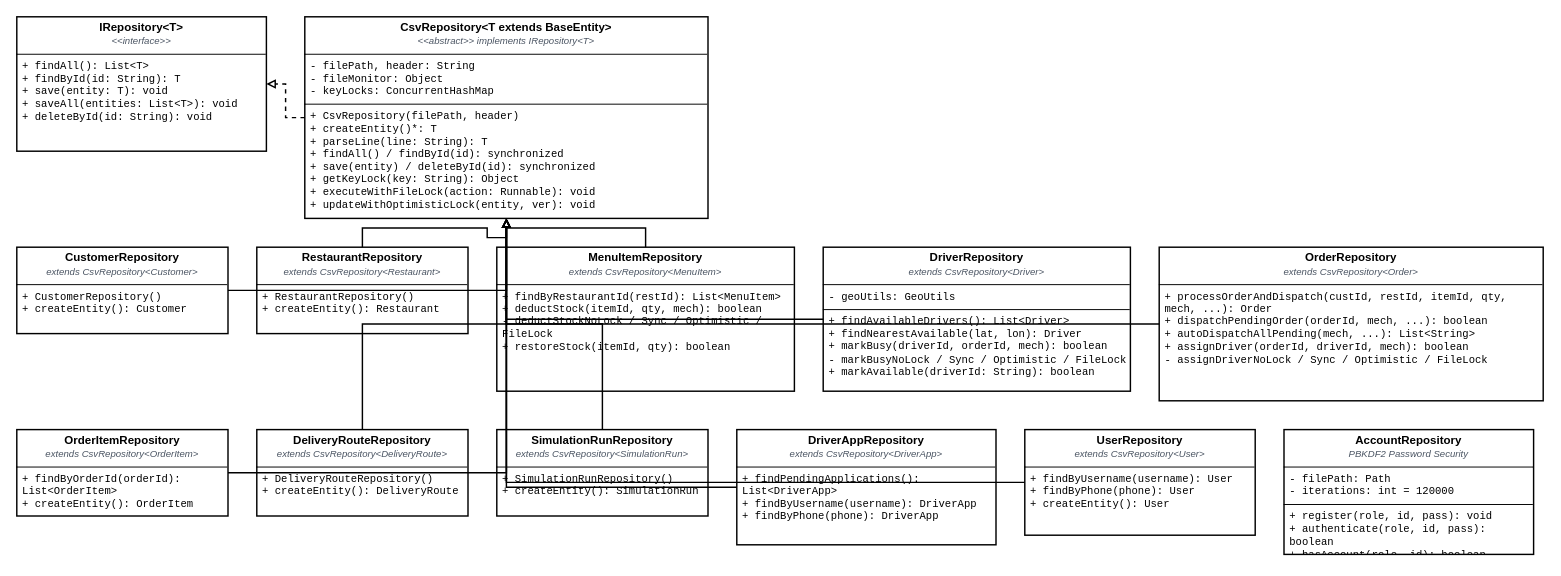
Before: ClassDiagram/diagrams/2_Repository_Layer.drawio in trat21430-spec/Food-Delivery, a draw.io diagram. Source tidied: cells renumbered, new cells numbered last; positions are measured from the earlier drawing's top-left corner, leaving out a move shared by most shapes. Both pictures are drawn from the tidied source at 96%, with x=0, y=0 at pixel (16, 16).
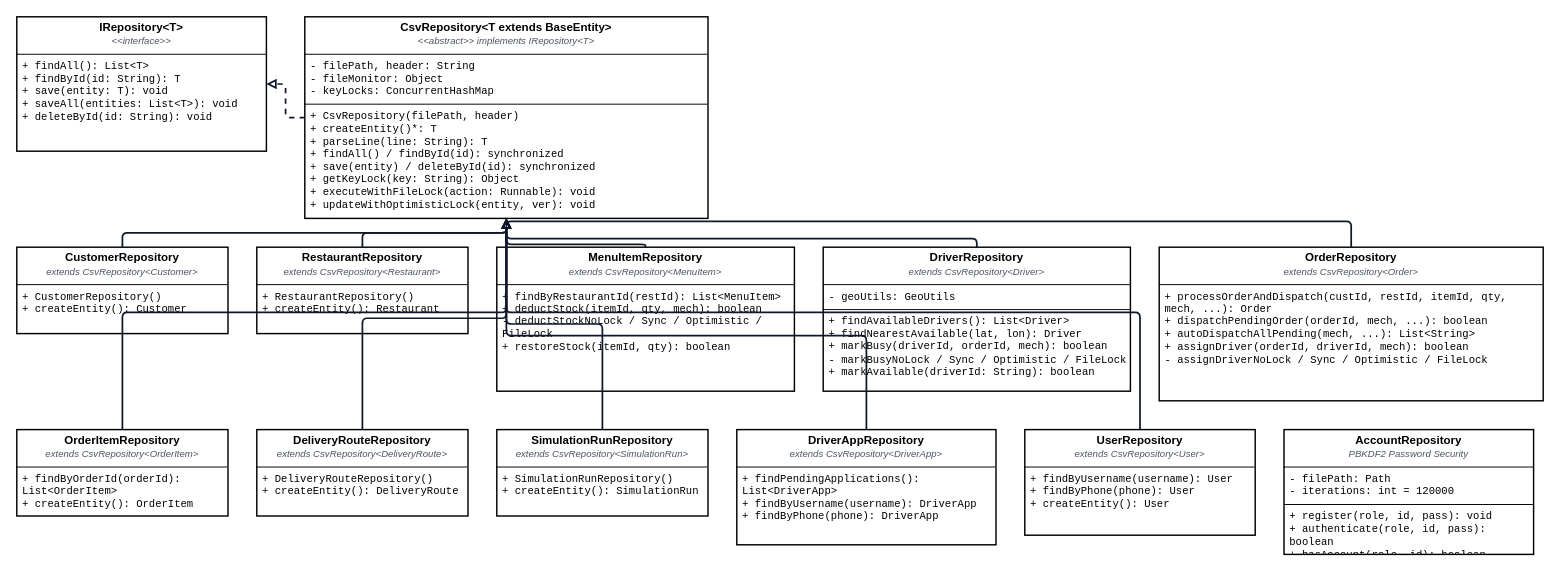
After the change.

The change refers to these unchanged cells:
```xml
<mxCell id="2" value="&lt;p style=&quot;margin:0px;padding-top:4px;text-align:center;&quot;&gt;&lt;b&gt;IRepository&amp;lt;T&amp;gt;&lt;/b&gt;&lt;br&gt;&lt;i style=&quot;font-size:10px;color:#4b5563;&quot;&gt;&amp;lt;&amp;lt;interface&amp;gt;&amp;gt;&lt;/i&gt;&lt;/p&gt;&lt;hr size=&quot;1&quot; style=&quot;border-color:#000000;&quot;&gt;&lt;p style=&quot;margin:0px;padding-left:6px;font-family:Courier New;font-size:11px;&quot;&gt;+ findAll(): List&amp;lt;T&amp;gt;&lt;br&gt;+ findById(id: String): T&lt;br&gt;+ save(entity: T): void&lt;br&gt;+ saveAll(entities: List&amp;lt;T&amp;gt;): void&lt;br&gt;+ deleteById(id: String): void&lt;br&gt;&lt;/p&gt;" style="verticalAlign=top;align=left;overflow=fill;fontSize=12;fontFamily=Helvetica;html=1;whiteSpace=wrap;fillColor=#ffffff;strokeColor=#000000;fontColor=#000000;strokeWidth=1.5;" parent="1" vertex="1">
  <mxGeometry width="260" height="140" as="geometry" />
</mxCell>
<mxCell id="3" value="&lt;p style=&quot;margin:0px;padding-top:4px;text-align:center;&quot;&gt;&lt;b&gt;CsvRepository&amp;lt;T extends BaseEntity&amp;gt;&lt;/b&gt;&lt;br&gt;&lt;i style=&quot;font-size:10px;color:#4b5563;&quot;&gt;&amp;lt;&amp;lt;abstract&amp;gt;&amp;gt; implements IRepository&amp;lt;T&amp;gt;&lt;/i&gt;&lt;/p&gt;&lt;hr size=&quot;1&quot; style=&quot;border-color:#000000;&quot;&gt;&lt;p style=&quot;margin:0px;padding-left:6px;font-family:Courier New;font-size:11px;&quot;&gt;- filePath, header: String&lt;br&gt;- fileMonitor: Object&lt;br&gt;- keyLocks: ConcurrentHashMap&lt;br&gt;&lt;/p&gt;&lt;hr size=&quot;1&quot; style=&quot;border-color:#000000;&quot;&gt;&lt;p style=&quot;margin:0px;padding-left:6px;font-family:Courier New;font-size:11px;&quot;&gt;+ CsvRepository(filePath, header)&lt;br&gt;+ createEntity()*: T&lt;br&gt;+ parseLine(line: String): T&lt;br&gt;+ findAll() / findById(id): synchronized&lt;br&gt;+ save(entity) / deleteById(id): synchronized&lt;br&gt;+ getKeyLock(key: String): Object&lt;br&gt;+ executeWithFileLock(action: Runnable): void&lt;br&gt;+ updateWithOptimisticLock(entity, ver): void&lt;br&gt;&lt;/p&gt;" style="verticalAlign=top;align=left;overflow=fill;fontSize=12;fontFamily=Helvetica;html=1;whiteSpace=wrap;fillColor=#ffffff;strokeColor=#000000;fontColor=#000000;strokeWidth=1.5;" parent="1" vertex="1">
  <mxGeometry x="300" width="420" height="210" as="geometry" />
</mxCell>
<mxCell id="4" value="&lt;p style=&quot;margin:0px;padding-top:4px;text-align:center;&quot;&gt;&lt;b&gt;CustomerRepository&lt;/b&gt;&lt;br&gt;&lt;i style=&quot;font-size:10px;color:#4b5563;&quot;&gt;extends CsvRepository&amp;lt;Customer&amp;gt;&lt;/i&gt;&lt;/p&gt;&lt;hr size=&quot;1&quot; style=&quot;border-color:#000000;&quot;&gt;&lt;p style=&quot;margin:0px;padding-left:6px;font-family:Courier New;font-size:11px;&quot;&gt;+ CustomerRepository()&lt;br&gt;+ createEntity(): Customer&lt;br&gt;&lt;/p&gt;" style="verticalAlign=top;align=left;overflow=fill;fontSize=12;fontFamily=Helvetica;html=1;whiteSpace=wrap;fillColor=#ffffff;strokeColor=#000000;fontColor=#000000;strokeWidth=1.5;" parent="1" vertex="1">
  <mxGeometry y="240" width="220" height="90" as="geometry" />
</mxCell>
<mxCell id="5" value="&lt;p style=&quot;margin:0px;padding-top:4px;text-align:center;&quot;&gt;&lt;b&gt;RestaurantRepository&lt;/b&gt;&lt;br&gt;&lt;i style=&quot;font-size:10px;color:#4b5563;&quot;&gt;extends CsvRepository&amp;lt;Restaurant&amp;gt;&lt;/i&gt;&lt;/p&gt;&lt;hr size=&quot;1&quot; style=&quot;border-color:#000000;&quot;&gt;&lt;p style=&quot;margin:0px;padding-left:6px;font-family:Courier New;font-size:11px;&quot;&gt;+ RestaurantRepository()&lt;br&gt;+ createEntity(): Restaurant&lt;br&gt;&lt;/p&gt;" style="verticalAlign=top;align=left;overflow=fill;fontSize=12;fontFamily=Helvetica;html=1;whiteSpace=wrap;fillColor=#ffffff;strokeColor=#000000;fontColor=#000000;strokeWidth=1.5;" parent="1" vertex="1">
  <mxGeometry x="250" y="240" width="220" height="90" as="geometry" />
</mxCell>
<mxCell id="6" value="&lt;p style=&quot;margin:0px;padding-top:4px;text-align:center;&quot;&gt;&lt;b&gt;MenuItemRepository&lt;/b&gt;&lt;br&gt;&lt;i style=&quot;font-size:10px;color:#4b5563;&quot;&gt;extends CsvRepository&amp;lt;MenuItem&amp;gt;&lt;/i&gt;&lt;/p&gt;&lt;hr size=&quot;1&quot; style=&quot;border-color:#000000;&quot;&gt;&lt;p style=&quot;margin:0px;padding-left:6px;font-family:Courier New;font-size:11px;&quot;&gt;+ findByRestaurantId(restId): List&amp;lt;MenuItem&amp;gt;&lt;br&gt;+ deductStock(itemId, qty, mech): boolean&lt;br&gt;- deductStockNoLock / Sync / Optimistic / FileLock&lt;br&gt;+ restoreStock(itemId, qty): boolean&lt;br&gt;&lt;/p&gt;" style="verticalAlign=top;align=left;overflow=fill;fontSize=12;fontFamily=Helvetica;html=1;whiteSpace=wrap;fillColor=#ffffff;strokeColor=#000000;fontColor=#000000;strokeWidth=1.5;" parent="1" vertex="1">
  <mxGeometry x="500" y="240" width="310" height="150" as="geometry" />
</mxCell>
<mxCell id="7" value="&lt;p style=&quot;margin:0px;padding-top:4px;text-align:center;&quot;&gt;&lt;b&gt;DriverRepository&lt;/b&gt;&lt;br&gt;&lt;i style=&quot;font-size:10px;color:#4b5563;&quot;&gt;extends CsvRepository&amp;lt;Driver&amp;gt;&lt;/i&gt;&lt;/p&gt;&lt;hr size=&quot;1&quot; style=&quot;border-color:#000000;&quot;&gt;&lt;p style=&quot;margin:0px;padding-left:6px;font-family:Courier New;font-size:11px;&quot;&gt;- geoUtils: GeoUtils&lt;br&gt;&lt;/p&gt;&lt;hr size=&quot;1&quot; style=&quot;border-color:#000000;&quot;&gt;&lt;p style=&quot;margin:0px;padding-left:6px;font-family:Courier New;font-size:11px;&quot;&gt;+ findAvailableDrivers(): List&amp;lt;Driver&amp;gt;&lt;br&gt;+ findNearestAvailable(lat, lon): Driver&lt;br&gt;+ markBusy(driverId, orderId, mech): boolean&lt;br&gt;- markBusyNoLock / Sync / Optimistic / FileLock&lt;br&gt;+ markAvailable(driverId: String): boolean&lt;br&gt;&lt;/p&gt;" style="verticalAlign=top;align=left;overflow=fill;fontSize=12;fontFamily=Helvetica;html=1;whiteSpace=wrap;fillColor=#ffffff;strokeColor=#000000;fontColor=#000000;strokeWidth=1.5;" parent="1" vertex="1">
  <mxGeometry x="840" y="240" width="320" height="150" as="geometry" />
</mxCell>
<mxCell id="8" value="&lt;p style=&quot;margin:0px;padding-top:4px;text-align:center;&quot;&gt;&lt;b&gt;OrderRepository&lt;/b&gt;&lt;br&gt;&lt;i style=&quot;font-size:10px;color:#4b5563;&quot;&gt;extends CsvRepository&amp;lt;Order&amp;gt;&lt;/i&gt;&lt;/p&gt;&lt;hr size=&quot;1&quot; style=&quot;border-color:#000000;&quot;&gt;&lt;p style=&quot;margin:0px;padding-left:6px;font-family:Courier New;font-size:11px;&quot;&gt;+ processOrderAndDispatch(custId, restId, itemId, qty, mech, ...): Order&lt;br&gt;+ dispatchPendingOrder(orderId, mech, ...): boolean&lt;br&gt;+ autoDispatchAllPending(mech, ...): List&amp;lt;String&amp;gt;&lt;br&gt;+ assignDriver(orderId, driverId, mech): boolean&lt;br&gt;- assignDriverNoLock / Sync / Optimistic / FileLock&lt;br&gt;&lt;/p&gt;" style="verticalAlign=top;align=left;overflow=fill;fontSize=12;fontFamily=Helvetica;html=1;whiteSpace=wrap;fillColor=#ffffff;strokeColor=#000000;fontColor=#000000;strokeWidth=1.5;" parent="1" vertex="1">
  <mxGeometry x="1190" y="240" width="400" height="160" as="geometry" />
</mxCell>
<mxCell id="9" value="&lt;p style=&quot;margin:0px;padding-top:4px;text-align:center;&quot;&gt;&lt;b&gt;OrderItemRepository&lt;/b&gt;&lt;br&gt;&lt;i style=&quot;font-size:10px;color:#4b5563;&quot;&gt;extends CsvRepository&amp;lt;OrderItem&amp;gt;&lt;/i&gt;&lt;/p&gt;&lt;hr size=&quot;1&quot; style=&quot;border-color:#000000;&quot;&gt;&lt;p style=&quot;margin:0px;padding-left:6px;font-family:Courier New;font-size:11px;&quot;&gt;+ findByOrderId(orderId): List&amp;lt;OrderItem&amp;gt;&lt;br&gt;+ createEntity(): OrderItem&lt;br&gt;&lt;/p&gt;" style="verticalAlign=top;align=left;overflow=fill;fontSize=12;fontFamily=Helvetica;html=1;whiteSpace=wrap;fillColor=#ffffff;strokeColor=#000000;fontColor=#000000;strokeWidth=1.5;" parent="1" vertex="1">
  <mxGeometry y="430" width="220" height="90" as="geometry" />
</mxCell>
<mxCell id="10" value="&lt;p style=&quot;margin:0px;padding-top:4px;text-align:center;&quot;&gt;&lt;b&gt;DeliveryRouteRepository&lt;/b&gt;&lt;br&gt;&lt;i style=&quot;font-size:10px;color:#4b5563;&quot;&gt;extends CsvRepository&amp;lt;DeliveryRoute&amp;gt;&lt;/i&gt;&lt;/p&gt;&lt;hr size=&quot;1&quot; style=&quot;border-color:#000000;&quot;&gt;&lt;p style=&quot;margin:0px;padding-left:6px;font-family:Courier New;font-size:11px;&quot;&gt;+ DeliveryRouteRepository()&lt;br&gt;+ createEntity(): DeliveryRoute&lt;br&gt;&lt;/p&gt;" style="verticalAlign=top;align=left;overflow=fill;fontSize=12;fontFamily=Helvetica;html=1;whiteSpace=wrap;fillColor=#ffffff;strokeColor=#000000;fontColor=#000000;strokeWidth=1.5;" parent="1" vertex="1">
  <mxGeometry x="250" y="430" width="220" height="90" as="geometry" />
</mxCell>
<mxCell id="11" value="&lt;p style=&quot;margin:0px;padding-top:4px;text-align:center;&quot;&gt;&lt;b&gt;SimulationRunRepository&lt;/b&gt;&lt;br&gt;&lt;i style=&quot;font-size:10px;color:#4b5563;&quot;&gt;extends CsvRepository&amp;lt;SimulationRun&amp;gt;&lt;/i&gt;&lt;/p&gt;&lt;hr size=&quot;1&quot; style=&quot;border-color:#000000;&quot;&gt;&lt;p style=&quot;margin:0px;padding-left:6px;font-family:Courier New;font-size:11px;&quot;&gt;+ SimulationRunRepository()&lt;br&gt;+ createEntity(): SimulationRun&lt;br&gt;&lt;/p&gt;" style="verticalAlign=top;align=left;overflow=fill;fontSize=12;fontFamily=Helvetica;html=1;whiteSpace=wrap;fillColor=#ffffff;strokeColor=#000000;fontColor=#000000;strokeWidth=1.5;" parent="1" vertex="1">
  <mxGeometry x="500" y="430" width="220" height="90" as="geometry" />
</mxCell>
<mxCell id="12" value="&lt;p style=&quot;margin:0px;padding-top:4px;text-align:center;&quot;&gt;&lt;b&gt;DriverAppRepository&lt;/b&gt;&lt;br&gt;&lt;i style=&quot;font-size:10px;color:#4b5563;&quot;&gt;extends CsvRepository&amp;lt;DriverApp&amp;gt;&lt;/i&gt;&lt;/p&gt;&lt;hr size=&quot;1&quot; style=&quot;border-color:#000000;&quot;&gt;&lt;p style=&quot;margin:0px;padding-left:6px;font-family:Courier New;font-size:11px;&quot;&gt;+ findPendingApplications(): List&amp;lt;DriverApp&amp;gt;&lt;br&gt;+ findByUsername(username): DriverApp&lt;br&gt;+ findByPhone(phone): DriverApp&lt;br&gt;&lt;/p&gt;" style="verticalAlign=top;align=left;overflow=fill;fontSize=12;fontFamily=Helvetica;html=1;whiteSpace=wrap;fillColor=#ffffff;strokeColor=#000000;fontColor=#000000;strokeWidth=1.5;" parent="1" vertex="1">
  <mxGeometry x="750" y="430" width="270" height="120" as="geometry" />
</mxCell>
<mxCell id="13" value="&lt;p style=&quot;margin:0px;padding-top:4px;text-align:center;&quot;&gt;&lt;b&gt;UserRepository&lt;/b&gt;&lt;br&gt;&lt;i style=&quot;font-size:10px;color:#4b5563;&quot;&gt;extends CsvRepository&amp;lt;User&amp;gt;&lt;/i&gt;&lt;/p&gt;&lt;hr size=&quot;1&quot; style=&quot;border-color:#000000;&quot;&gt;&lt;p style=&quot;margin:0px;padding-left:6px;font-family:Courier New;font-size:11px;&quot;&gt;+ findByUsername(username): User&lt;br&gt;+ findByPhone(phone): User&lt;br&gt;+ createEntity(): User&lt;br&gt;&lt;/p&gt;" style="verticalAlign=top;align=left;overflow=fill;fontSize=12;fontFamily=Helvetica;html=1;whiteSpace=wrap;fillColor=#ffffff;strokeColor=#000000;fontColor=#000000;strokeWidth=1.5;" parent="1" vertex="1">
  <mxGeometry x="1050" y="430" width="240" height="110" as="geometry" />
</mxCell>
```

Diff of the diagram source:
```diff
@@
-    <mxCell id="15" style="edgeStyle=orthogonalEdgeStyle;rounded=0;jettySize=auto;html=1;dashed=1;endArrow=block;endFill=0;strokeColor=#000000;strokeWidth=1.5;fontColor=#000000;fontSize=10;" parent="1" edge="1" source="3" target="2">
+    <mxCell id="15" style="edgeStyle=orthogonalEdgeStyle;rounded=1;arcSize=10;jettySize=auto;html=1;dashed=1;endArrow=block;endFill=0;strokeColor=#0f172a;strokeWidth=1.8;exitX=0.0;exitY=0.5;exitDx=0;exitDy=0;entryX=1.0;entryY=0.5;entryDx=0;entryDy=0;labelBackgroundColor=#ffffff;fontColor=#0f172a;fontSize=10;" parent="1" edge="1" source="3" target="2">
       <mxGeometry relative="1" as="geometry" />
     </mxCell>
-    <mxCell id="16" style="edgeStyle=orthogonalEdgeStyle;rounded=0;jettySize=auto;html=1;endArrow=block;endFill=0;strokeColor=#000000;strokeWidth=1.5;fontColor=#000000;fontSize=10;" parent="1" edge="1" source="4" target="3">
-      <mxGeometry relative="1" as="geometry" />
+    <mxCell id="16" style="edgeStyle=orthogonalEdgeStyle;rounded=1;arcSize=10;jettySize=auto;html=1;endArrow=block;endFill=0;strokeColor=#0f172a;strokeWidth=1.8;exitX=0.5;exitY=0.0;exitDx=0;exitDy=0;entryX=0.5;entryY=1.0;entryDx=0;entryDy=0;labelBackgroundColor=#ffffff;fontColor=#0f172a;fontSize=10;" parent="1" edge="1" source="4" target="3">
+      <mxGeometry relative="1" as="geometry">
+        <Array as="points">
+          <mxPoint x="110" y="225" />
+          <mxPoint x="510" y="225" />
+        </Array>
+      </mxGeometry>
     </mxCell>
-    <mxCell id="17" style="edgeStyle=orthogonalEdgeStyle;rounded=0;jettySize=auto;html=1;endArrow=block;endFill=0;strokeColor=#000000;strokeWidth=1.5;fontColor=#000000;fontSize=10;" parent="1" edge="1" source="5" target="3">
-      <mxGeometry relative="1" as="geometry" />
+    <mxCell id="17" style="edgeStyle=orthogonalEdgeStyle;rounded=1;arcSize=10;jettySize=auto;html=1;endArrow=block;endFill=0;strokeColor=#0f172a;strokeWidth=1.8;exitX=0.5;exitY=0.0;exitDx=0;exitDy=0;entryX=0.5;entryY=1.0;entryDx=0;entryDy=0;labelBackgroundColor=#ffffff;fontColor=#0f172a;fontSize=10;" parent="1" edge="1" source="5" target="3">
+      <mxGeometry relative="1" as="geometry">
+        <Array as="points">
+          <mxPoint x="360" y="225" />
+          <mxPoint x="510" y="225" />
+        </Array>
+      </mxGeometry>
     </mxCell>
-    <mxCell id="18" style="edgeStyle=orthogonalEdgeStyle;rounded=0;jettySize=auto;html=1;endArrow=block;endFill=0;strokeColor=#000000;strokeWidth=1.5;fontColor=#000000;fontSize=10;" parent="1" edge="1" source="6" target="3">
-      <mxGeometry relative="1" as="geometry" />
+    <mxCell id="18" style="edgeStyle=orthogonalEdgeStyle;rounded=1;arcSize=10;jettySize=auto;html=1;endArrow=block;endFill=0;strokeColor=#0f172a;strokeWidth=1.8;exitX=0.5;exitY=0.0;exitDx=0;exitDy=0;entryX=0.5;entryY=1.0;entryDx=0;entryDy=0;labelBackgroundColor=#ffffff;fontColor=#0f172a;fontSize=10;" parent="1" edge="1" source="6" target="3">
+      <mxGeometry relative="1" as="geometry">
+        <Array as="points">
+          <mxPoint x="655" y="237" />
+          <mxPoint x="510" y="237" />
+        </Array>
+      </mxGeometry>
     </mxCell>
-    <mxCell id="19" style="edgeStyle=orthogonalEdgeStyle;rounded=0;jettySize=auto;html=1;endArrow=block;endFill=0;strokeColor=#000000;strokeWidth=1.5;fontColor=#000000;fontSize=10;" parent="1" edge="1" source="7" target="3">
-      <mxGeometry relative="1" as="geometry" />
+    <mxCell id="19" style="edgeStyle=orthogonalEdgeStyle;rounded=1;arcSize=10;jettySize=auto;html=1;endArrow=block;endFill=0;strokeColor=#0f172a;strokeWidth=1.8;exitX=0.5;exitY=0.0;exitDx=0;exitDy=0;entryX=0.5;entryY=1.0;entryDx=0;entryDy=0;labelBackgroundColor=#ffffff;fontColor=#0f172a;fontSize=10;" parent="1" edge="1" source="7" target="3">
+      <mxGeometry relative="1" as="geometry">
+        <Array as="points">
+          <mxPoint x="1000" y="231" />
+          <mxPoint x="510" y="231" />
+        </Array>
+      </mxGeometry>
     </mxCell>
-    <mxCell id="20" style="edgeStyle=orthogonalEdgeStyle;rounded=0;jettySize=auto;html=1;endArrow=block;endFill=0;strokeColor=#000000;strokeWidth=1.5;fontColor=#000000;fontSize=10;" parent="1" edge="1" source="8" target="3">
-      <mxGeometry relative="1" as="geometry" />
+    <mxCell id="20" style="edgeStyle=orthogonalEdgeStyle;rounded=1;arcSize=10;jettySize=auto;html=1;endArrow=block;endFill=0;strokeColor=#0f172a;strokeWidth=1.8;exitX=0.5;exitY=0.0;exitDx=0;exitDy=0;entryX=0.5;entryY=1.0;entryDx=0;entryDy=0;labelBackgroundColor=#ffffff;fontColor=#0f172a;fontSize=10;" parent="1" edge="1" source="8" target="3">
+      <mxGeometry relative="1" as="geometry">
+        <Array as="points">
+          <mxPoint x="1390" y="213" />
+          <mxPoint x="510" y="213" />
+        </Array>
+      </mxGeometry>
     </mxCell>
-    <mxCell id="21" style="edgeStyle=orthogonalEdgeStyle;rounded=0;jettySize=auto;html=1;endArrow=block;endFill=0;strokeColor=#000000;strokeWidth=1.5;fontColor=#000000;fontSize=10;" parent="1" edge="1" source="9" target="3">
-      <mxGeometry relative="1" as="geometry" />
+    <mxCell id="21" style="edgeStyle=orthogonalEdgeStyle;rounded=1;arcSize=10;jettySize=auto;html=1;endArrow=block;endFill=0;strokeColor=#0f172a;strokeWidth=1.8;exitX=0.5;exitY=0.0;exitDx=0;exitDy=0;entryX=0.5;entryY=1.0;entryDx=0;entryDy=0;labelBackgroundColor=#ffffff;fontColor=#0f172a;fontSize=10;" parent="1" edge="1" source="9" target="3">
+      <mxGeometry relative="1" as="geometry">
+        <Array as="points">
+          <mxPoint x="110" y="308" />
+          <mxPoint x="510" y="308" />
+        </Array>
+      </mxGeometry>
     </mxCell>
-    <mxCell id="22" style="edgeStyle=orthogonalEdgeStyle;rounded=0;jettySize=auto;html=1;endArrow=block;endFill=0;strokeColor=#000000;strokeWidth=1.5;fontColor=#000000;fontSize=10;" parent="1" edge="1" source="10" target="3">
-      <mxGeometry relative="1" as="geometry" />
+    <mxCell id="22" style="edgeStyle=orthogonalEdgeStyle;rounded=1;arcSize=10;jettySize=auto;html=1;endArrow=block;endFill=0;strokeColor=#0f172a;strokeWidth=1.8;exitX=0.5;exitY=0.0;exitDx=0;exitDy=0;entryX=0.5;entryY=1.0;entryDx=0;entryDy=0;labelBackgroundColor=#ffffff;fontColor=#0f172a;fontSize=10;" parent="1" edge="1" source="10" target="3">
+      <mxGeometry relative="1" as="geometry">
+        <Array as="points">
+          <mxPoint x="360" y="314" />
+          <mxPoint x="510" y="314" />
+        </Array>
+      </mxGeometry>
     </mxCell>
-    <mxCell id="23" style="edgeStyle=orthogonalEdgeStyle;rounded=0;jettySize=auto;html=1;endArrow=block;endFill=0;strokeColor=#000000;strokeWidth=1.5;fontColor=#000000;fontSize=10;" parent="1" edge="1" source="11" target="3">
-      <mxGeometry relative="1" as="geometry" />
+    <mxCell id="23" style="edgeStyle=orthogonalEdgeStyle;rounded=1;arcSize=10;jettySize=auto;html=1;endArrow=block;endFill=0;strokeColor=#0f172a;strokeWidth=1.8;exitX=0.5;exitY=0.0;exitDx=0;exitDy=0;entryX=0.5;entryY=1.0;entryDx=0;entryDy=0;labelBackgroundColor=#ffffff;fontColor=#0f172a;fontSize=10;" parent="1" edge="1" source="11" target="3">
+      <mxGeometry relative="1" as="geometry">
+        <Array as="points">
+          <mxPoint x="610" y="320" />
+          <mxPoint x="510" y="320" />
+        </Array>
+      </mxGeometry>
     </mxCell>
-    <mxCell id="24" style="edgeStyle=orthogonalEdgeStyle;rounded=0;jettySize=auto;html=1;endArrow=block;endFill=0;strokeColor=#000000;strokeWidth=1.5;fontColor=#000000;fontSize=10;" parent="1" edge="1" source="12" target="3">
-      <mxGeometry relative="1" as="geometry" />
+    <mxCell id="24" style="edgeStyle=orthogonalEdgeStyle;rounded=1;arcSize=10;jettySize=auto;html=1;endArrow=block;endFill=0;strokeColor=#0f172a;strokeWidth=1.8;exitX=0.5;exitY=0.0;exitDx=0;exitDy=0;entryX=0.5;entryY=1.0;entryDx=0;entryDy=0;labelBackgroundColor=#ffffff;fontColor=#0f172a;fontSize=10;" parent="1" edge="1" source="12" target="3">
+      <mxGeometry relative="1" as="geometry">
+        <Array as="points">
+          <mxPoint x="885" y="332" />
+          <mxPoint x="510" y="332" />
+        </Array>
+      </mxGeometry>
     </mxCell>
-    <mxCell id="25" style="edgeStyle=orthogonalEdgeStyle;rounded=0;jettySize=auto;html=1;endArrow=block;endFill=0;strokeColor=#000000;strokeWidth=1.5;fontColor=#000000;fontSize=10;" parent="1" edge="1" source="13" target="3">
-      <mxGeometry relative="1" as="geometry" />
+    <mxCell id="25" style="edgeStyle=orthogonalEdgeStyle;rounded=1;arcSize=10;jettySize=auto;html=1;endArrow=block;endFill=0;strokeColor=#0f172a;strokeWidth=1.8;exitX=0.5;exitY=0.0;exitDx=0;exitDy=0;entryX=0.5;entryY=1.0;entryDx=0;entryDy=0;labelBackgroundColor=#ffffff;fontColor=#0f172a;fontSize=10;" parent="1" edge="1" source="13" target="3">
+      <mxGeometry relative="1" as="geometry">
+        <Array as="points">
+          <mxPoint x="1170" y="308" />
+          <mxPoint x="510" y="308" />
+        </Array>
+      </mxGeometry>
     </mxCell>
```
